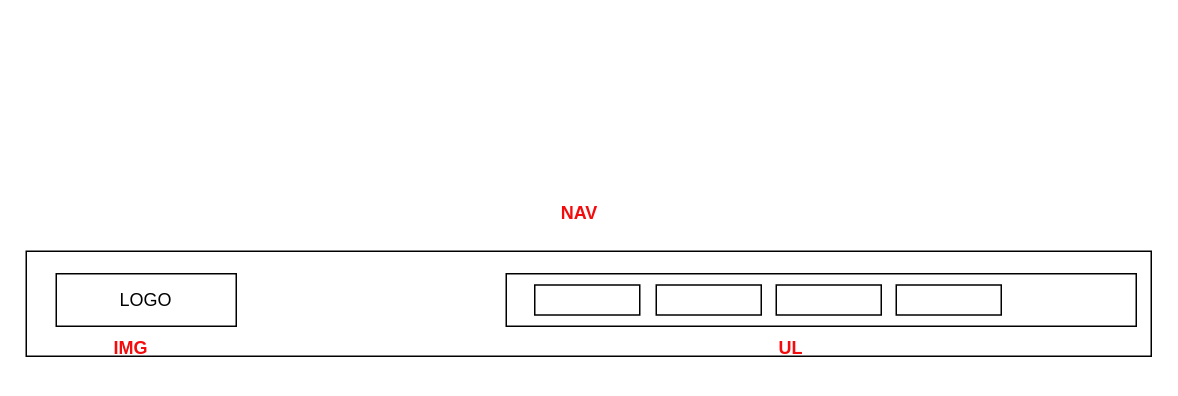
Above: 01 HTML Y CSS/05 platzi demo/Diagrama sin título.drawio in ManGuevara/dw2023-1 (draw.io), before the change. Source tidied: cells renumbered, new cells numbered last; positions are measured from the earlier drawing's top-left corner, leaving out a move shared by most shapes. Both pictures are drawn from the tidied source at 150%, with x=0, y=0 at pixel (26, 190).
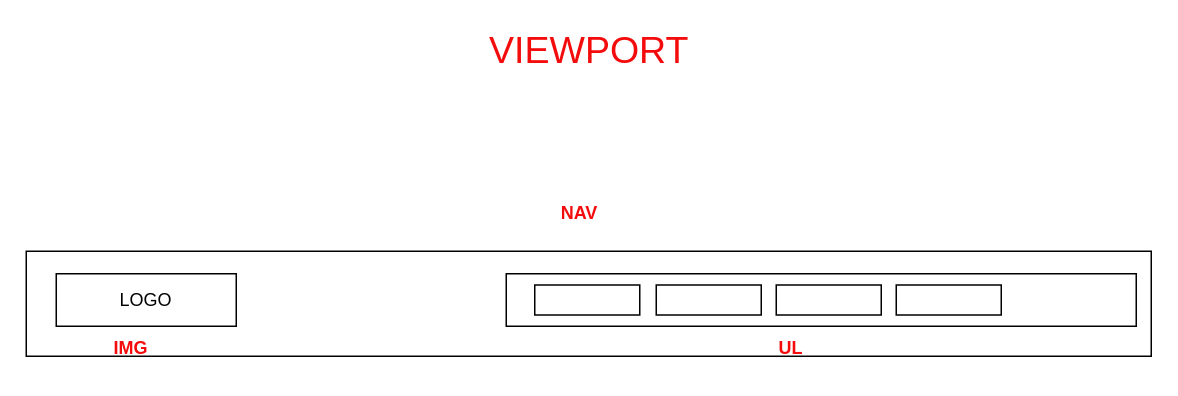
The same page after the edit.

What changed in the source:
```diff
@@
 <mxGraphModel>
   <root>
     <mxCell id="0" />
     <mxCell id="1" parent="0" />
     <mxCell id="2" style="rounded=0;whiteSpace=wrap;html=1;" parent="1" vertex="1">
       <mxGeometry y="40" width="750" height="70" as="geometry" />
     </mxCell>
     <mxCell id="3" value="LOGO" style="rounded=0;whiteSpace=wrap;html=1;" parent="1" vertex="1">
       <mxGeometry x="20" y="55" width="120" height="35" as="geometry" />
     </mxCell>
     <mxCell id="4" style="rounded=0;whiteSpace=wrap;html=1;" parent="1" vertex="1">
       <mxGeometry x="320" y="55" width="420" height="35" as="geometry" />
     </mxCell>
     <mxCell id="5" style="rounded=0;whiteSpace=wrap;html=1;" parent="1" vertex="1">
       <mxGeometry x="339" y="62.5" width="70" height="20" as="geometry" />
     </mxCell>
     <mxCell id="6" style="rounded=0;whiteSpace=wrap;html=1;" parent="1" vertex="1">
       <mxGeometry x="500" y="62.5" width="70" height="20" as="geometry" />
     </mxCell>
     <mxCell id="7" style="rounded=0;whiteSpace=wrap;html=1;" parent="1" vertex="1">
       <mxGeometry x="580" y="62.5" width="70" height="20" as="geometry" />
     </mxCell>
     <mxCell id="8" style="rounded=0;whiteSpace=wrap;html=1;" parent="1" vertex="1">
       <mxGeometry x="420" y="62.5" width="70" height="20" as="geometry" />
     </mxCell>
     <mxCell id="9" value="&lt;span&gt;NAV&lt;/span&gt;" style="text;html=1;strokeColor=none;fillColor=none;align=center;verticalAlign=middle;whiteSpace=wrap;rounded=0;fontStyle=1;fontColor=#f40b0b;" parent="1" vertex="1">
       <mxGeometry x="339" width="60" height="30" as="geometry" />
     </mxCell>
     <mxCell id="10" value="&lt;span&gt;UL&lt;/span&gt;" style="text;html=1;strokeColor=none;fillColor=none;align=center;verticalAlign=middle;whiteSpace=wrap;rounded=0;fontStyle=1;fontColor=#f40b0b;" parent="1" vertex="1">
       <mxGeometry x="480" y="90" width="60" height="30" as="geometry" />
     </mxCell>
     <mxCell id="11" value="&lt;span&gt;IMG&lt;/span&gt;" style="text;html=1;strokeColor=none;fillColor=none;align=center;verticalAlign=middle;whiteSpace=wrap;rounded=0;fontStyle=1;fontColor=#f40b0b;" parent="1" vertex="1">
       <mxGeometry x="40" y="90" width="60" height="30" as="geometry" />
     </mxCell>
+    <mxCell id="12" value="VIEWPORT" style="text;html=1;strokeColor=none;fillColor=none;align=center;verticalAlign=middle;whiteSpace=wrap;rounded=0;fontColor=#f40b0b;fontSize=25;" parent="1" vertex="1">
+      <mxGeometry x="294.5" y="-110" width="161" height="30" as="geometry" />
+    </mxCell>
   </root>
 </mxGraphModel>
```
